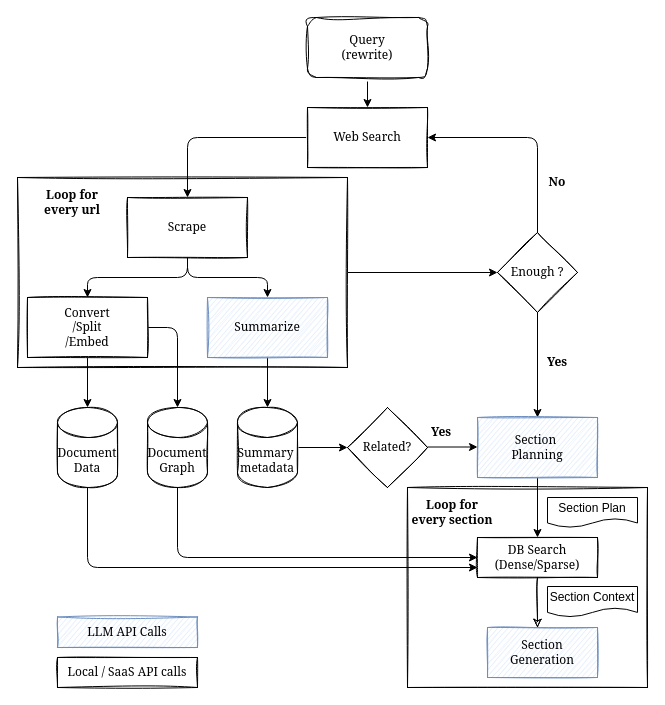
Above: docs/assets/process-digest.drawio in leettools-dev/leettools (draw.io), before the change. Source tidied: cells renumbered, new cells numbered last; positions are measured from the earlier drawing's top-left corner, leaving out a move shared by most shapes. Both pictures are drawn from the tidied source at 100%, with x=0, y=0 at pixel (17, 17).
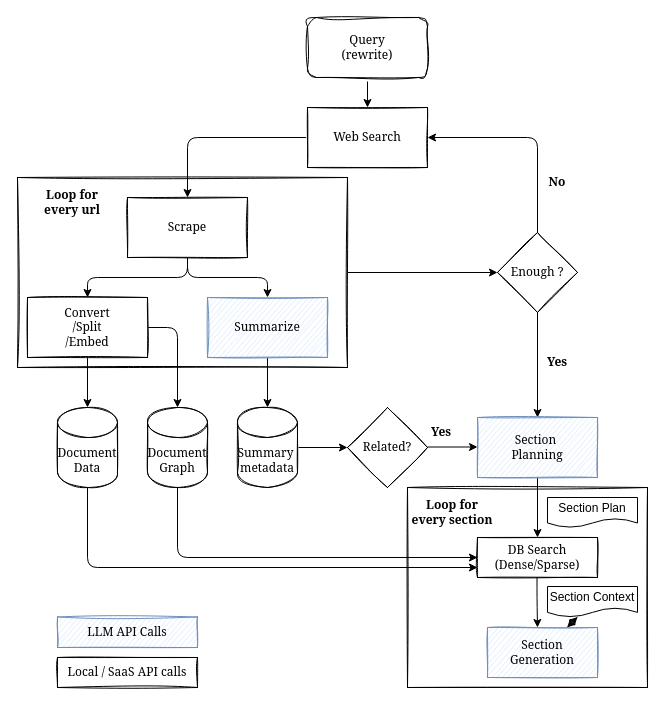
The same page after the edit.

Unchanged cells that the change refers to:
```xml
<mxCell id="27" value="DB Search&lt;br&gt;(Dense/Sparse)" style="rounded=0;whiteSpace=wrap;html=1;sketch=1;fontFamily=Georgia;" parent="1" vertex="1">
  <mxGeometry x="460" y="520" width="120" height="40" as="geometry" />
</mxCell>
<mxCell id="28" value="Section&lt;br&gt;Generation" style="rounded=0;whiteSpace=wrap;html=1;sketch=1;fontFamily=Georgia;fillColor=#dae8fc;strokeColor=#6c8ebf;gradientColor=none;" parent="1" vertex="1">
  <mxGeometry x="470" y="610" width="110" height="50" as="geometry" />
</mxCell>
<mxCell id="35" value="Section Context" style="shape=document;whiteSpace=wrap;html=1;boundedLbl=1;" parent="1" vertex="1">
  <mxGeometry x="530" y="569" width="90" height="30.5" as="geometry" />
</mxCell>
```

What changed in the source:
```diff
@@
-    <mxCell id="26" style="edgeStyle=orthogonalEdgeStyle;sketch=1;html=1;exitX=0.5;exitY=1;exitDx=0;exitDy=0;fontFamily=Georgia;" parent="1" edge="1" source="27" target="28">
-      <mxGeometry relative="1" as="geometry">
-        <Array as="points">
-          <mxPoint x="530" y="660" />
-          <mxPoint x="515" y="660" />
-        </Array>
-      </mxGeometry>
-    </mxCell>
@@
+    <mxCell id="42" style="edgeStyle=none;html=1;dashed=1;dashPattern=8 8;" parent="1" edge="1" source="28" target="35">
+      <mxGeometry relative="1" as="geometry" />
+    </mxCell>
@@
+    <mxCell id="43" style="edgeStyle=none;html=1;dashed=1;dashPattern=8 8;" parent="1" edge="1" source="35" target="28">
+      <mxGeometry relative="1" as="geometry" />
+    </mxCell>
@@
+    <mxCell id="44" style="edgeStyle=orthogonalEdgeStyle;html=1;exitX=0.5;exitY=1;exitDx=0;exitDy=0;fontFamily=Georgia;flowAnimation=1;" parent="1" edge="1">
+      <mxGeometry relative="1" as="geometry">
+        <mxPoint x="519.5" y="560" as="sourcePoint" />
+        <mxPoint x="520" y="610" as="targetPoint" />
+        <Array as="points">
+          <mxPoint x="520" y="580" />
+          <mxPoint x="520" y="580" />
+        </Array>
+      </mxGeometry>
+    </mxCell>
```
